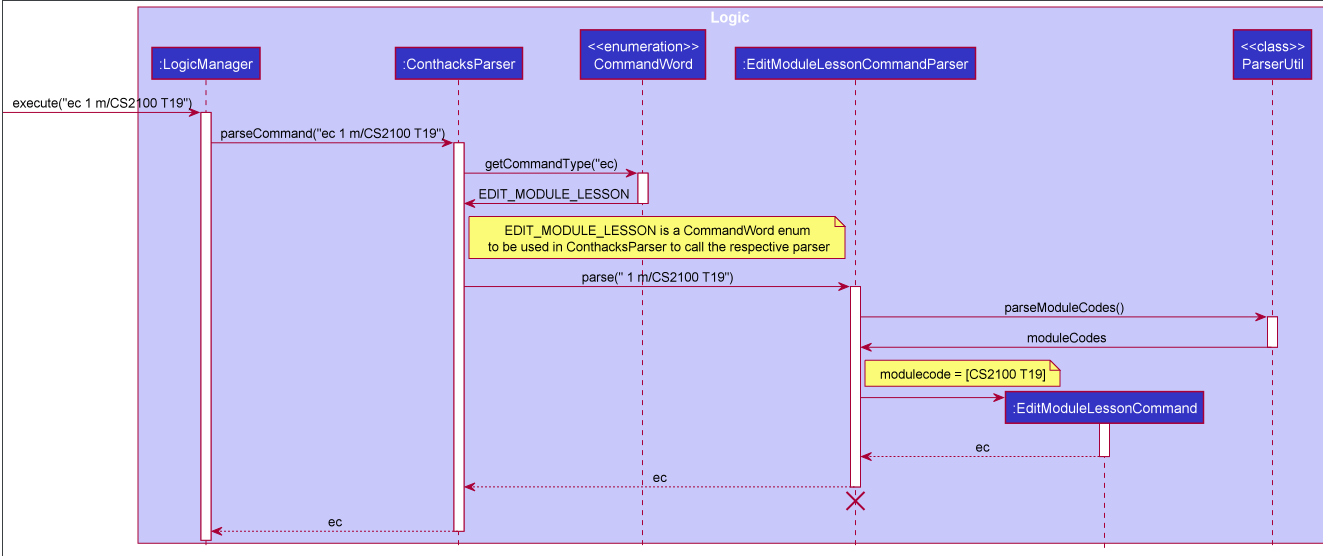
The PlantUML diagram docs/images/ParseAliasSequenceDiagram.png in nus-cs2103-AY2122S1/tp, before a commit. Its source is kept beside it as docs/diagrams/ParseAliasSequenceDiagram.puml.
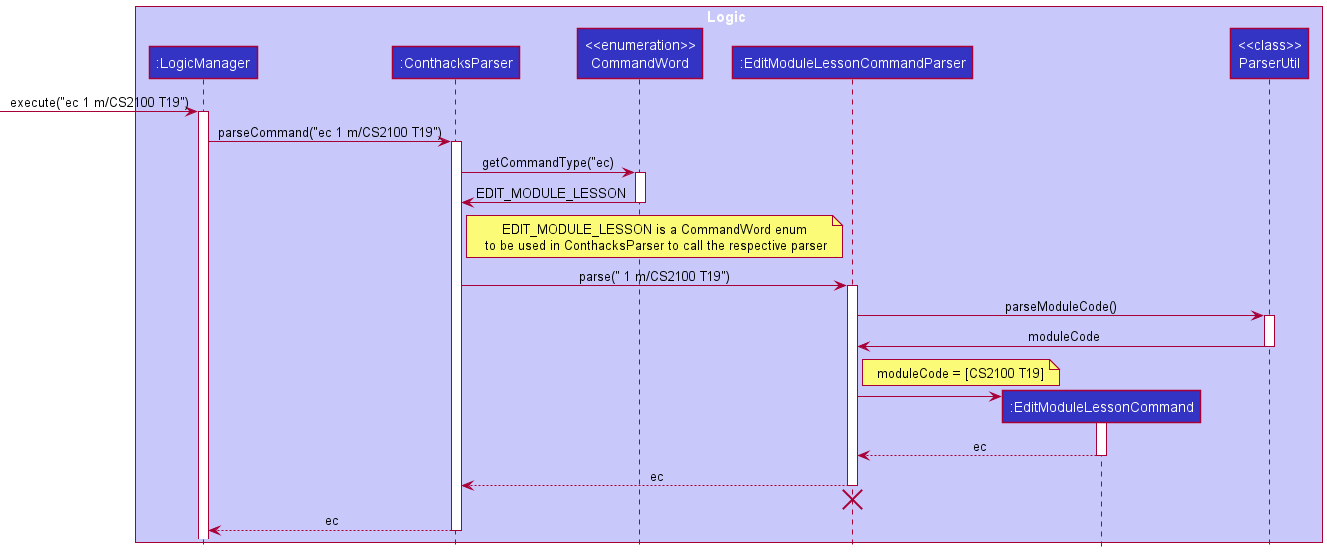
Above is the later version.

What changed in the source:
```diff
@@ -25,11 +25,11 @@
 ConthacksParser -> EditModuleLessonCommandParser : parse(" 1 m/CS2100 T19")
 activate EditModuleLessonCommandParser
 
-EditModuleLessonCommandParser -> ParserUtil : parseModuleCodes()
+EditModuleLessonCommandParser -> ParserUtil : parseModuleCode()
 activate ParserUtil
-ParserUtil -> EditModuleLessonCommandParser : moduleCodes
+ParserUtil -> EditModuleLessonCommandParser : moduleCode
 deactivate ParserUtil
-note right of EditModuleLessonCommandParser : modulecode = [CS2100 T19]
+note right of EditModuleLessonCommandParser : moduleCode = [CS2100 T19]
 
 
 create EditModuleLessonCommand
```
